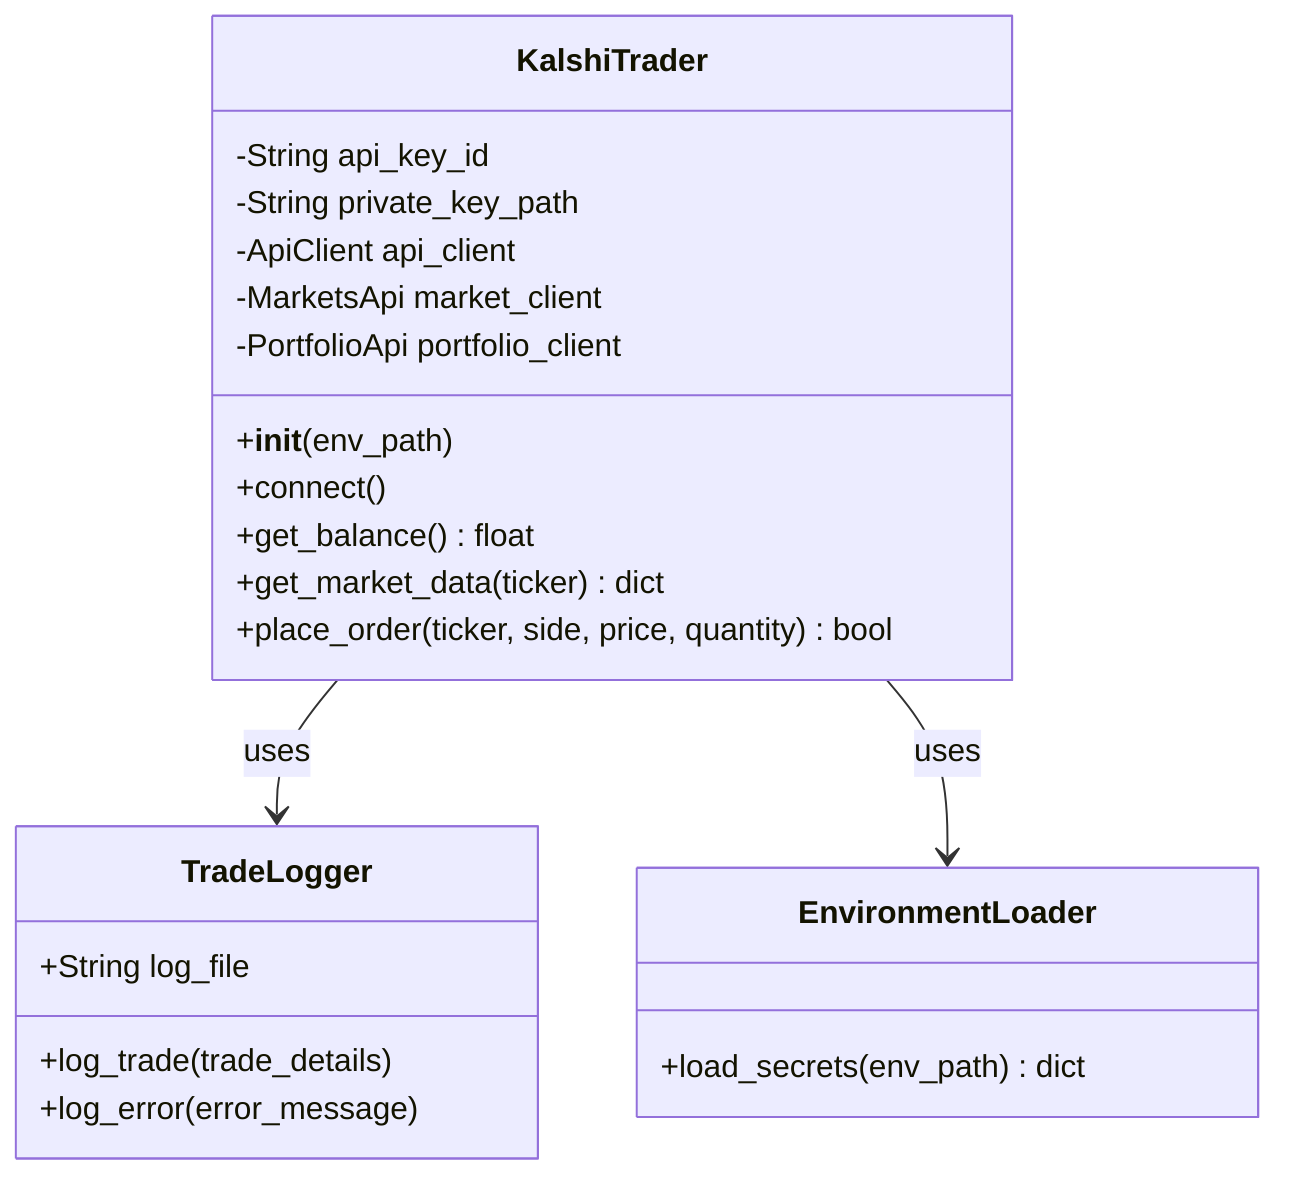
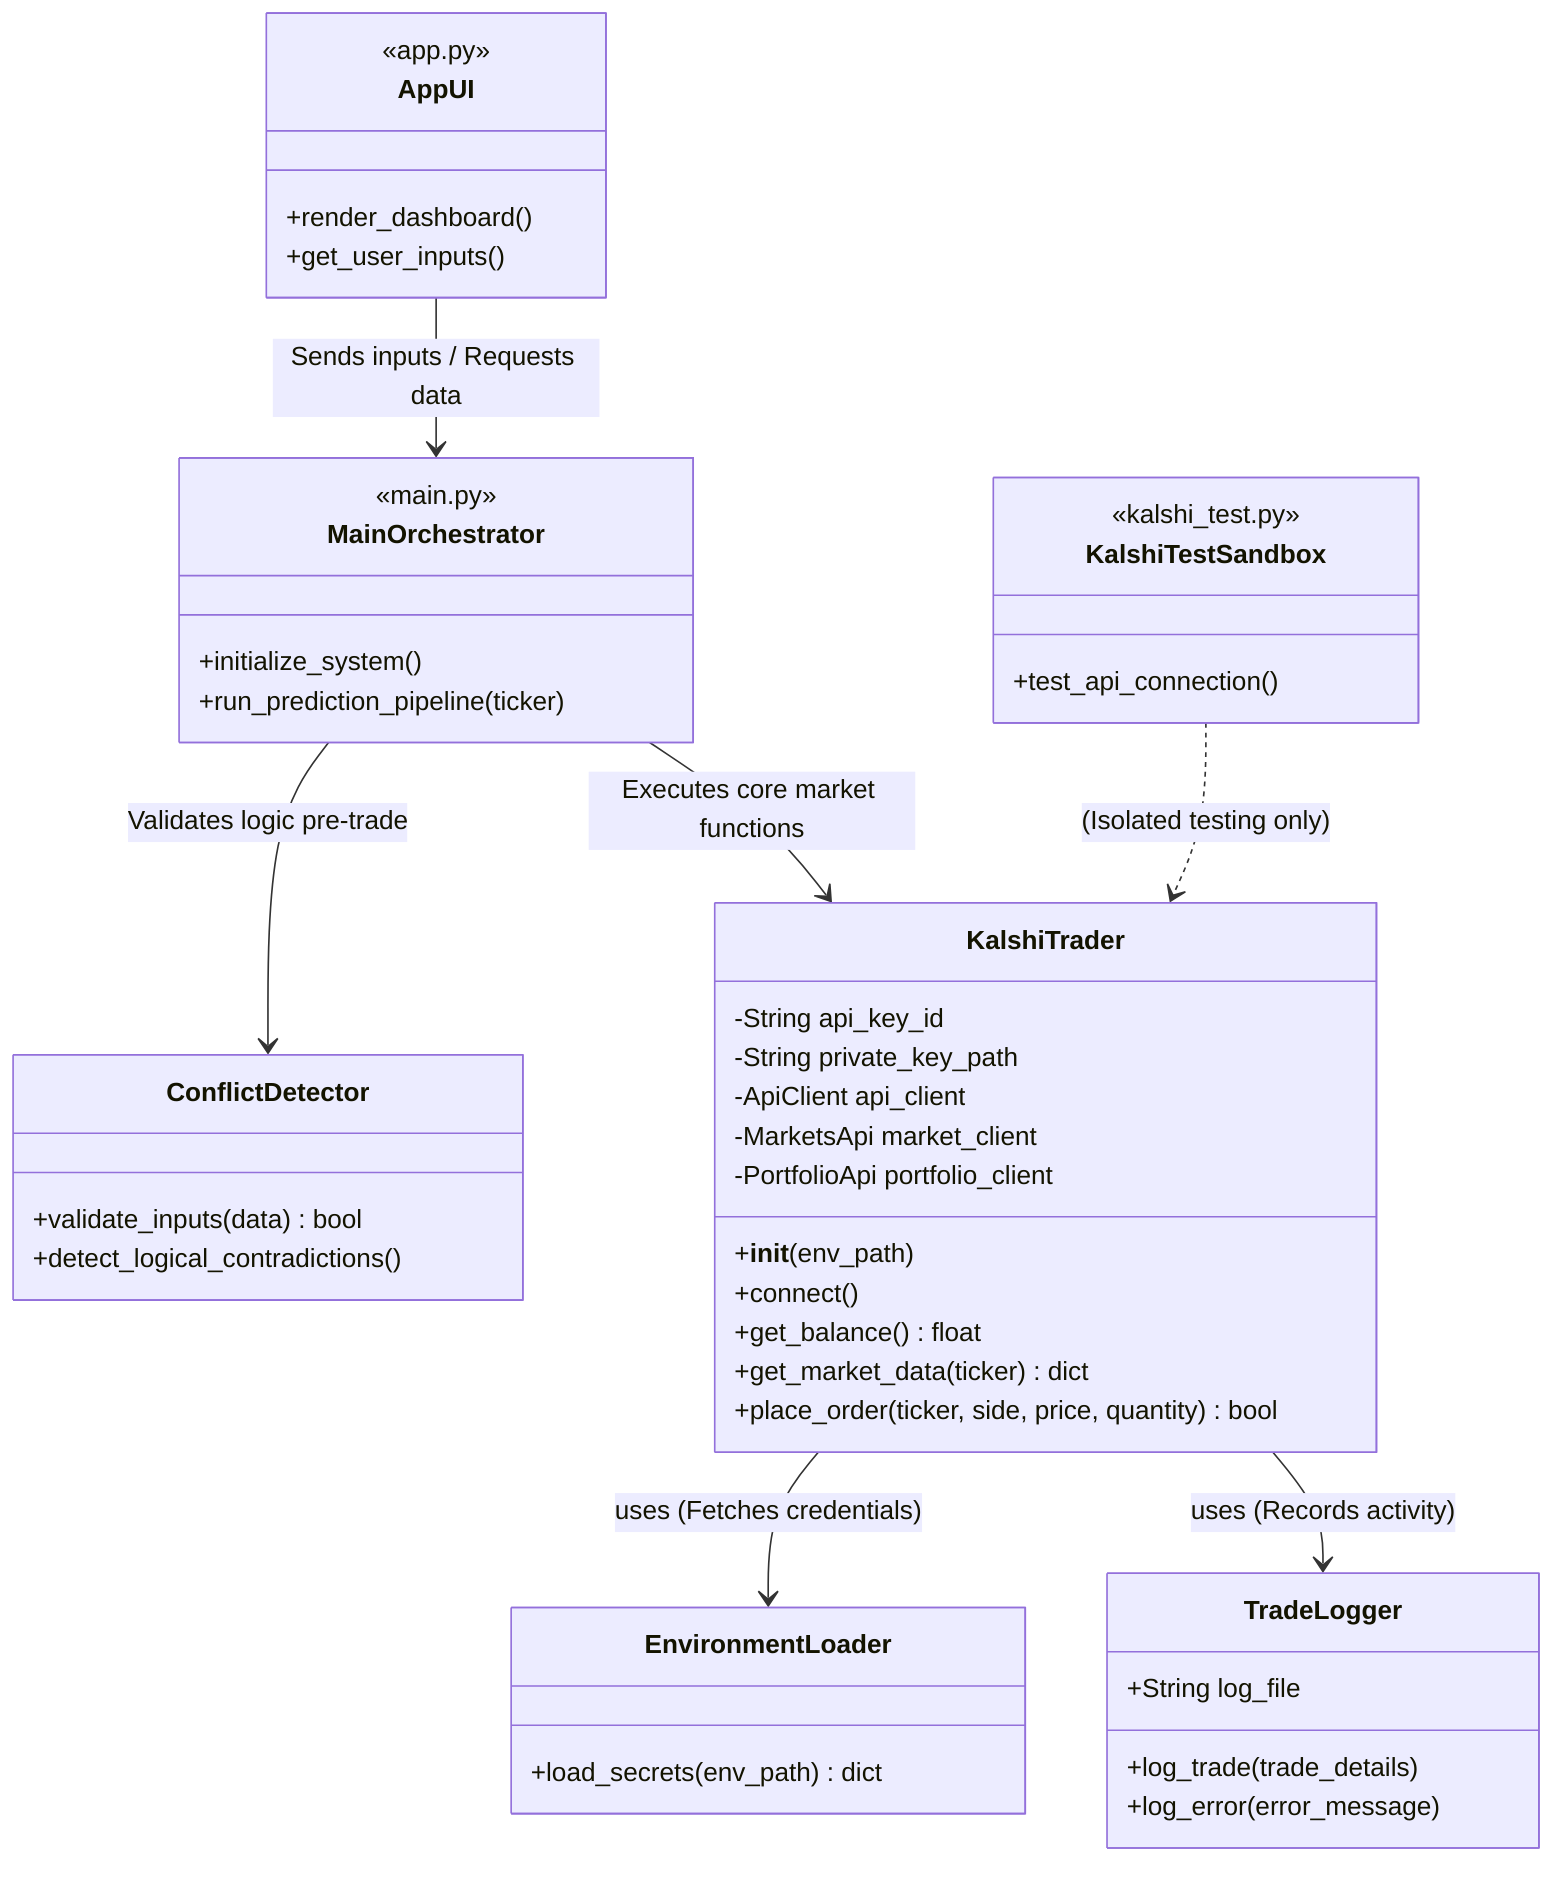
classDiagram
+     class AppUI {
+         <<app.py>>
+         +render_dashboard()
+         +get_user_inputs()
+     }
+ 
+     class MainOrchestrator {
+         <<main.py>>
+         +initialize_system()
+         +run_prediction_pipeline(ticker)
+     }
+ 
+     class ConflictDetector {
+         +validate_inputs(data) bool
+         +detect_logical_contradictions()
+     }
+ 
    class KalshiTrader {
        -String api_key_id
        -String private_key_path
        -ApiClient api_client
        -MarketsApi market_client
        -PortfolioApi portfolio_client
        +__init__(env_path)
        +connect()
        +get_balance() float
        +get_market_data(ticker) dict
        +place_order(ticker, side, price, quantity) bool
    }

    class TradeLogger {
        +String log_file
        +log_trade(trade_details)
        +log_error(error_message)
    }

    class EnvironmentLoader {
        +load_secrets(env_path) dict
    }

-     KalshiTrader --> TradeLogger : uses
-     KalshiTrader --> EnvironmentLoader : uses+     class KalshiTestSandbox {
+         <<kalshi_test.py>>
+         +test_api_connection()
+     }
+ 
+     AppUI --> MainOrchestrator : Sends inputs / Requests data
+     MainOrchestrator --> ConflictDetector : Validates logic pre-trade
+     MainOrchestrator --> KalshiTrader : Executes core market functions
+     KalshiTrader --> EnvironmentLoader : uses (Fetches credentials)
+     KalshiTrader --> TradeLogger : uses (Records activity)
+     KalshiTestSandbox ..> KalshiTrader : (Isolated testing only)